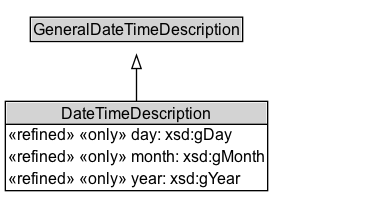
Above: docs/diagrams/DateTimeDescription.dot.png in ISO-TC204/ontology-import-time (Graphviz), before the change. Its source is kept beside it as docs/diagrams/DateTimeDescription.dot.
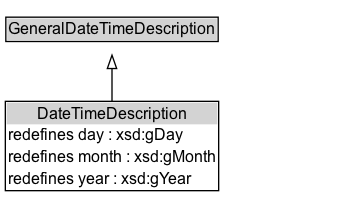
After the change.

Diff of the diagram source:
```diff
@@ -3,13 +3,16 @@
 	node [fontname=Arial fontsize=12 margin=0 shape=none]
 	edge [fontname=Arial fontsize=11]
 	{
+		rank=source
+		GeneralDateTimeDescription [label=<<TABLE BORDER="1" CELLBORDER="0" CELLSPACING="0" CELLPADDING="1"><TR><TD BGCOLOR="lightgray" ALIGN="CENTER">GeneralDateTimeDescription</TD></TR></TABLE>> URL="../GeneralDateTimeDescription" margin=0]
+	}
+	DateTimeDescription [label=<<TABLE BORDER="1" CELLBORDER="0" CELLSPACING="0" CELLPADDING="1"><TR><TD BGCOLOR="lightgray" ALIGN="CENTER">DateTimeDescription</TD></TR><TR><TD ALIGN="LEFT">redefines day : xsd:gDay</TD></TR><TR><TD ALIGN="LEFT">redefines month : xsd:gMonth</TD></TR><TR><TD ALIGN="LEFT">redefines year : xsd:gYear</TD></TR></TABLE>> URL="../DateTimeDescription" margin=0]
+	{
 		rank=max
-		DateTimeDescription [label=<<TABLE BORDER="1" CELLBORDER="0" CELLSPACING="0" CELLPADDING="1"><TR><TD BGCOLOR="lightgray" ALIGN="CENTER" PORT="e">DateTimeDescription</TD></TR><HR/><TR><TD ALIGN="LEFT">«refined» «only» day: xsd:gDay</TD></TR><TR><TD ALIGN="LEFT">«refined» «only» month: xsd:gMonth</TD></TR><TR><TD ALIGN="LEFT">«refined» «only» year: xsd:gYear</TD></TR></TABLE>> URL="../DateTimeDescription" margin=0]
 	}
 	subgraph cluster_associated {
 		label="" style=invis
 		Invis [label=<<TABLE BORDER="0" CELLBORDER="0" CELLSPACING="0" CELLPADDING="1"><TR><TD></TD></TR></TABLE>> margin=0 style=invis]
 	}
-	GeneralDateTimeDescription [label=<<TABLE BORDER="1" CELLBORDER="0" CELLSPACING="0" CELLPADDING="1"><TR><TD BGCOLOR="lightgray" ALIGN="CENTER">GeneralDateTimeDescription</TD></TR></TABLE>> URL="../GeneralDateTimeDescription" margin=0]
 	DateTimeDescription -> GeneralDateTimeDescription [arrowhead=onormal style=solid]
 }
```
